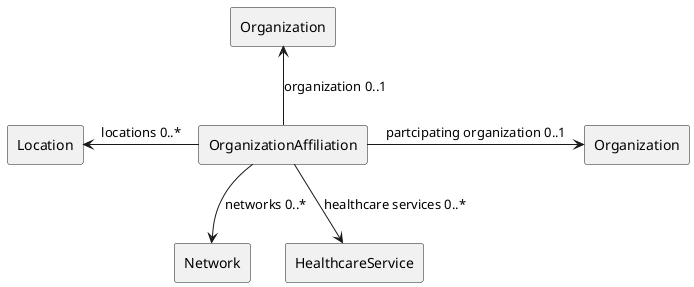
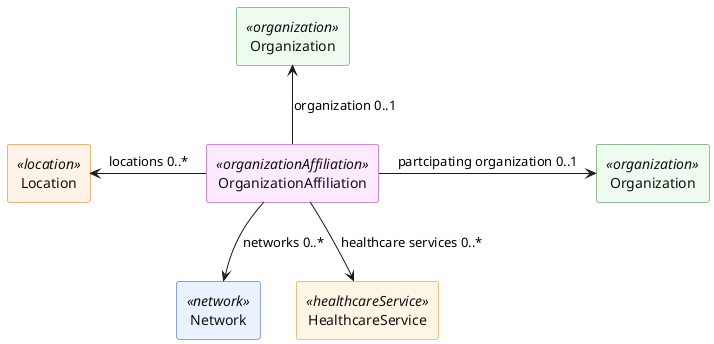
@startuml

- agent OrganizationAffiliation as orgAff
- agent Organization as organization1
- agent Organization as organization2
- agent Location as location
- agent Network as network
- agent HealthcareService as service
+ skinparam agent {
+ 	FontColor #111111
+ 	BackgroundColor<<healthcareService>> #FFF5E6
+ 	BorderColor<<healthcareService>> #D48806
+ 	BackgroundColor<<location>> #FFF2E8
+ 	BorderColor<<location>> #E56A00
+ 	BackgroundColor<<network>> #EAF1FF
+ 	BorderColor<<network>> #1D4ED8
+ 	BackgroundColor<<organization>> #EEFBEF
+ 	BorderColor<<organization>> #2E7D32
+ 	BackgroundColor<<organizationAffiliation>> #FCEBFF
+ 	BorderColor<<organizationAffiliation>> #A21CAF
+ }
+ 
+ agent OrganizationAffiliation as orgAff <<organizationAffiliation>>
+ agent Organization as organization1 <<organization>>
+ agent Organization as organization2 <<organization>>
+ agent Location as location <<location>>
+ agent Network as network <<network>>
+ agent HealthcareService as service <<healthcareService>>


orgAff -right-> organization2: "partcipating organization 0..1"
orgAff -up-> organization1:  "organization 0..1"
orgAff -down-> service: "healthcare services 0..*"
orgAff -down-> network: "networks 0..*"
orgAff -left-> location: "locations 0..*"

@enduml